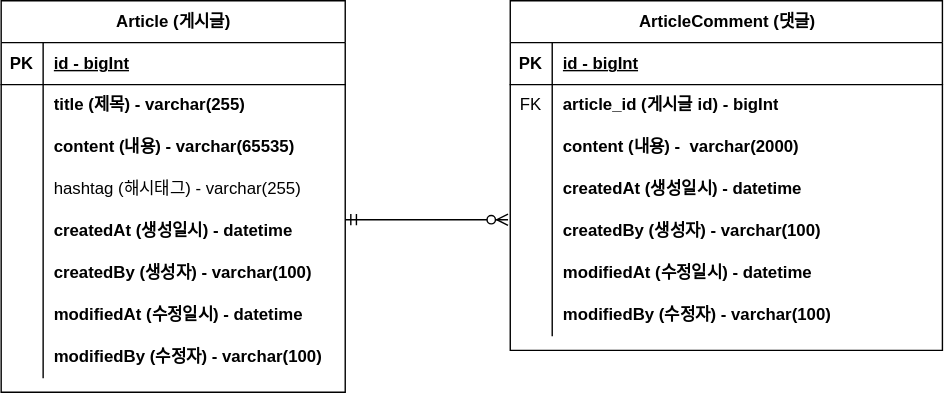
sasca37/fastcampus-project-board keeps this draw.io diagram as document/project-board-erd.svg. Above is the earlier version. Source tidied: cells renumbered, new cells last; positions are measured from the earlier drawing's top-left corner, leaving out a move shared by most shapes.
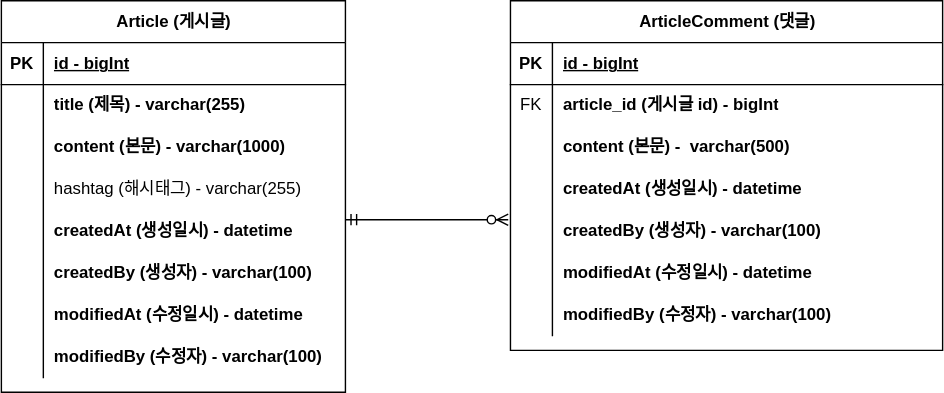
The same diagram one commit later.

Commit message:
#10 - ERD UPDATE : content 컬럼 사이즈 변경

What changed in the source:
```diff
@@ -29,7 +29,7 @@
     <mxCell id="10" style="shape=partialRectangle;fillColor=none;top=0;left=0;bottom=0;right=0;overflow=hidden;whiteSpace=wrap;html=1;" parent="9" vertex="1">
       <mxGeometry width="30" height="30" as="geometry" />
     </mxCell>
-    <mxCell id="11" value="content (내용) - varchar(65535)" style="shape=partialRectangle;fillColor=none;top=0;left=0;bottom=0;right=0;align=left;spacingLeft=6;overflow=hidden;whiteSpace=wrap;html=1;fontStyle=1;" parent="9" vertex="1">
+    <mxCell id="11" value="content (본문) - varchar(1000)" style="shape=partialRectangle;fillColor=none;top=0;left=0;bottom=0;right=0;align=left;spacingLeft=6;overflow=hidden;whiteSpace=wrap;html=1;fontStyle=1;" parent="9" vertex="1">
       <mxGeometry x="30" width="216" height="30" as="geometry" />
     </mxCell>
     <mxCell id="12" style="shape=tableRow;horizontal=0;startSize=0;swimlaneHead=0;swimlaneBody=0;fillColor=none;top=0;left=0;right=0;bottom=0;" parent="2" vertex="1">
@@ -104,7 +104,7 @@
     <mxCell id="35" style="shape=partialRectangle;fillColor=none;top=0;left=0;bottom=0;right=0;overflow=hidden;whiteSpace=wrap;html=1;" parent="34" vertex="1">
       <mxGeometry width="30" height="30" as="geometry" />
     </mxCell>
-    <mxCell id="36" value="content (내용) -&amp;nbsp; varchar(2000)" style="shape=partialRectangle;fillColor=none;top=0;left=0;bottom=0;right=0;align=left;spacingLeft=6;overflow=hidden;whiteSpace=wrap;html=1;fontStyle=1;" parent="34" vertex="1">
+    <mxCell id="36" value="content (본문) -&amp;nbsp; varchar(500)" style="shape=partialRectangle;fillColor=none;top=0;left=0;bottom=0;right=0;align=left;spacingLeft=6;overflow=hidden;whiteSpace=wrap;html=1;fontStyle=1;" parent="34" vertex="1">
       <mxGeometry x="30" width="279" height="30" as="geometry" />
     </mxCell>
     <mxCell id="37" style="shape=tableRow;horizontal=0;startSize=0;swimlaneHead=0;swimlaneBody=0;fillColor=none;top=0;left=0;right=0;bottom=0;" parent="27" vertex="1">
```
